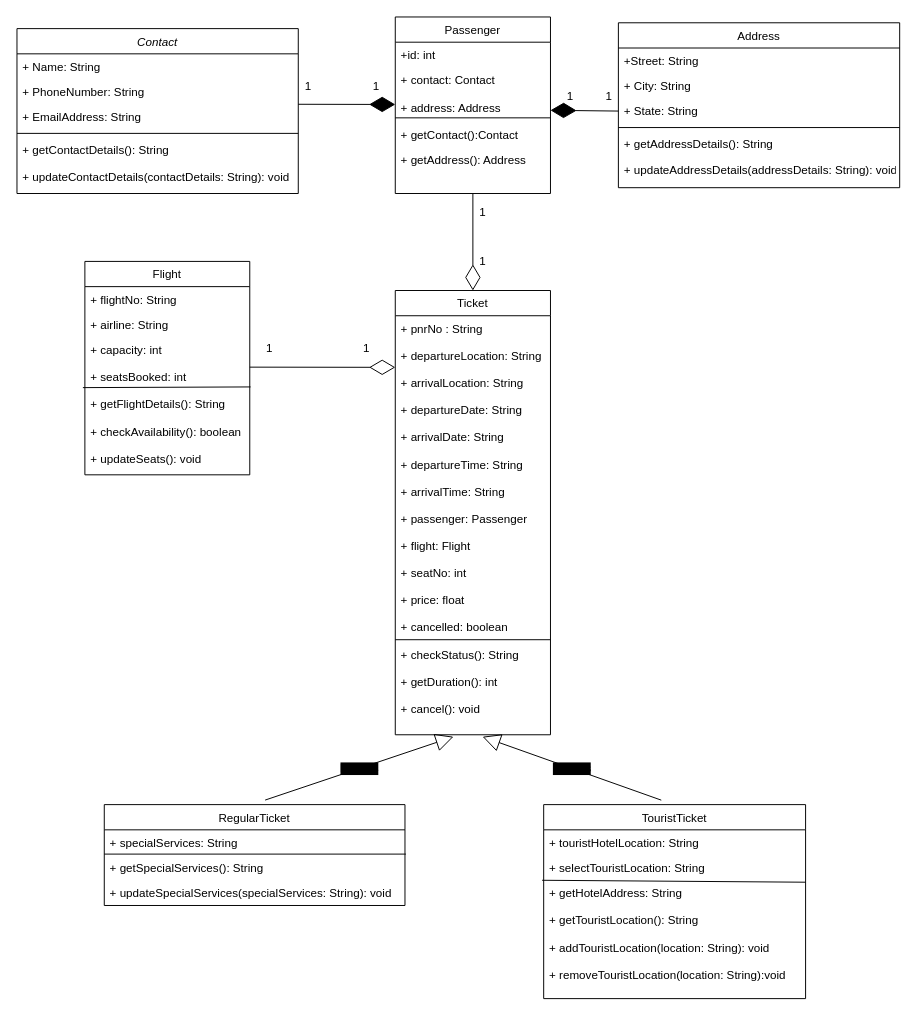
Above: Flight reservation system.drawio in anishahlawat97/FlightReservationSystem (draw.io), before the change. Source tidied: cells renumbered, new cells numbered last; positions are measured from the earlier drawing's top-left corner, leaving out a move shared by most shapes. Both pictures are drawn from the tidied source at 97%, with x=0, y=0 at pixel (16, 16).
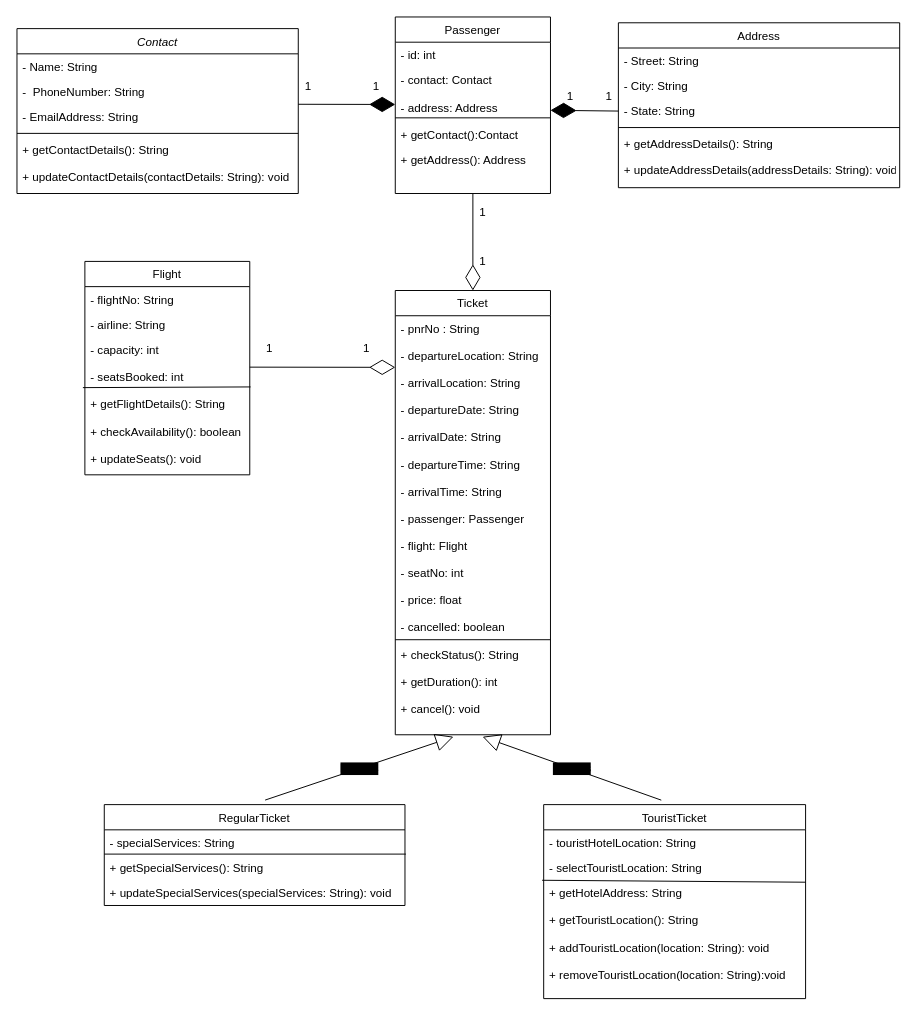
After the change.

The change refers to these unchanged cells:
```xml
<mxCell id="2" value="Contact" style="swimlane;fontStyle=2;align=center;verticalAlign=top;horizontal=1;startSize=26;rounded=0;shadow=0;strokeWidth=1;" parent="1" vertex="1">
  <mxGeometry y="12" width="290" height="170" as="geometry" />
</mxCell>
<mxCell id="8" value="Passenger" style="swimlane;fontStyle=0;align=center;verticalAlign=top;horizontal=1;startSize=26;rounded=0;shadow=0;strokeWidth=1;" parent="1" vertex="1">
  <mxGeometry x="390" width="160" height="182" as="geometry" />
</mxCell>
<mxCell id="14" value="Ticket" style="swimlane;fontStyle=0;align=center;verticalAlign=top;horizontal=1;startSize=26;rounded=0;shadow=0;strokeWidth=1;" parent="1" vertex="1">
  <mxGeometry x="390" y="282" width="160" height="458" as="geometry" />
</mxCell>
<mxCell id="16" value="Address" style="swimlane;fontStyle=0;align=center;verticalAlign=top;horizontal=1;startSize=26;rounded=0;shadow=0;strokeWidth=1;" parent="1" vertex="1">
  <mxGeometry x="620" y="6" width="290" height="170" as="geometry" />
</mxCell>
<mxCell id="24" value="TouristTicket" style="swimlane;fontStyle=0;horizontal=1;startSize=26;fillColor=none;" parent="1" vertex="1">
  <mxGeometry x="543" y="812" width="270" height="200" as="geometry" />
</mxCell>
<mxCell id="29" value="Flight" style="swimlane;fontStyle=0;horizontal=1;startSize=26;fillColor=none;" parent="1" vertex="1">
  <mxGeometry x="70" y="252" width="170" height="220" as="geometry" />
</mxCell>
<mxCell id="34" value="RegularTicket" style="swimlane;fontStyle=0;horizontal=1;startSize=26;fillColor=none;" parent="1" vertex="1">
  <mxGeometry x="90" y="812" width="310" height="104" as="geometry" />
</mxCell>
```

What changed in the source:
```diff
@@
-    <mxCell id="3" value="+ Name: String" style="text;align=left;verticalAlign=top;spacingLeft=4;spacingRight=4;overflow=hidden;" parent="2" vertex="1">
+    <mxCell id="3" value="- Name: String" style="text;align=left;verticalAlign=top;spacingLeft=4;spacingRight=4;overflow=hidden;" parent="2" vertex="1">
       <mxGeometry y="26" width="290" height="26" as="geometry" />
     </mxCell>
-    <mxCell id="4" value="+ PhoneNumber: String" style="text;align=left;verticalAlign=top;spacingLeft=4;spacingRight=4;overflow=hidden;rounded=0;shadow=0;html=0;" parent="2" vertex="1">
+    <mxCell id="4" value="-  PhoneNumber: String" style="text;align=left;verticalAlign=top;spacingLeft=4;spacingRight=4;overflow=hidden;rounded=0;shadow=0;html=0;" parent="2" vertex="1">
       <mxGeometry y="52" width="290" height="26" as="geometry" />
     </mxCell>
-    <mxCell id="5" value="+ EmailAddress: String" style="text;align=left;verticalAlign=top;spacingLeft=4;spacingRight=4;overflow=hidden;rounded=0;shadow=0;html=0;" parent="2" vertex="1">
+    <mxCell id="5" value="- EmailAddress: String" style="text;align=left;verticalAlign=top;spacingLeft=4;spacingRight=4;overflow=hidden;rounded=0;shadow=0;html=0;" parent="2" vertex="1">
       <mxGeometry y="78" width="290" height="26" as="geometry" />
     </mxCell>
@@
-    <mxCell id="9" value="+id: int" style="text;align=left;verticalAlign=top;spacingLeft=4;spacingRight=4;overflow=hidden;" parent="8" vertex="1">
+    <mxCell id="9" value="- id: int" style="text;align=left;verticalAlign=top;spacingLeft=4;spacingRight=4;overflow=hidden;" parent="8" vertex="1">
       <mxGeometry y="26" width="160" height="26" as="geometry" />
     </mxCell>
-    <mxCell id="10" value="+ contact: Contact&#10;&#10;+ address: Address" style="text;align=left;verticalAlign=top;spacingLeft=4;spacingRight=4;overflow=hidden;rounded=0;shadow=0;html=0;" parent="8" vertex="1">
+    <mxCell id="10" value="- contact: Contact&#10;&#10;- address: Address" style="text;align=left;verticalAlign=top;spacingLeft=4;spacingRight=4;overflow=hidden;rounded=0;shadow=0;html=0;" parent="8" vertex="1">
       <mxGeometry y="52" width="160" height="48" as="geometry" />
     </mxCell>
@@
-    <mxCell id="15" value="+ pnrNo : String&#10;&#10;+ departureLocation: String&#10;&#10;+ arrivalLocation: String&#10;&#10;+ departureDate: String&#10;&#10;+ arrivalDate: String&#10;&#10;+ departureTime: String&#10;&#10;+ arrivalTime: String&#10;&#10;+ passenger: Passenger&#10;&#10;+ flight: Flight&#10;&#10;+ seatNo: int&#10;&#10;+ price: float&#10;&#10;+ cancelled: boolean&#10;&#10;+ checkStatus(): String&#10;&#10;+ getDuration(): int&#10;&#10;+ cancel(): void&#10;&#10;" style="text;align=left;verticalAlign=top;spacingLeft=4;spacingRight=4;overflow=hidden;" parent="14" vertex="1">
+    <mxCell id="15" value="- pnrNo : String&#10;&#10;- departureLocation: String&#10;&#10;- arrivalLocation: String&#10;&#10;- departureDate: String&#10;&#10;- arrivalDate: String&#10;&#10;- departureTime: String&#10;&#10;- arrivalTime: String&#10;&#10;- passenger: Passenger&#10;&#10;- flight: Flight&#10;&#10;- seatNo: int&#10;&#10;- price: float&#10;&#10;- cancelled: boolean&#10;&#10;+ checkStatus(): String&#10;&#10;+ getDuration(): int&#10;&#10;+ cancel(): void&#10;&#10;" style="text;align=left;verticalAlign=top;spacingLeft=4;spacingRight=4;overflow=hidden;" parent="14" vertex="1">
       <mxGeometry y="26" width="160" height="424" as="geometry" />
     </mxCell>
@@
-    <mxCell id="17" value="+Street: String" style="text;align=left;verticalAlign=top;spacingLeft=4;spacingRight=4;overflow=hidden;" parent="16" vertex="1">
+    <mxCell id="17" value="- Street: String" style="text;align=left;verticalAlign=top;spacingLeft=4;spacingRight=4;overflow=hidden;" parent="16" vertex="1">
       <mxGeometry y="26" width="290" height="26" as="geometry" />
     </mxCell>
-    <mxCell id="18" value="+ City: String" style="text;align=left;verticalAlign=top;spacingLeft=4;spacingRight=4;overflow=hidden;rounded=0;shadow=0;html=0;" parent="16" vertex="1">
+    <mxCell id="18" value="- City: String" style="text;align=left;verticalAlign=top;spacingLeft=4;spacingRight=4;overflow=hidden;rounded=0;shadow=0;html=0;" parent="16" vertex="1">
       <mxGeometry y="52" width="290" height="26" as="geometry" />
     </mxCell>
@@
-    <mxCell id="20" value="+ State: String" style="text;align=left;verticalAlign=top;spacingLeft=4;spacingRight=4;overflow=hidden;points=[[0,0.5],[1,0.5]];portConstraint=eastwest;rounded=0;shadow=0;html=0;" parent="16" vertex="1">
+    <mxCell id="20" value="- State: String" style="text;align=left;verticalAlign=top;spacingLeft=4;spacingRight=4;overflow=hidden;points=[[0,0.5],[1,0.5]];portConstraint=eastwest;rounded=0;shadow=0;html=0;" parent="16" vertex="1">
       <mxGeometry y="78" width="290" height="26" as="geometry" />
     </mxCell>
@@
-    <mxCell id="25" value="+ touristHotelLocation: String" style="text;strokeColor=none;fillColor=none;align=left;verticalAlign=top;spacingLeft=4;spacingRight=4;overflow=hidden;" parent="24" vertex="1">
+    <mxCell id="25" value="- touristHotelLocation: String" style="text;strokeColor=none;fillColor=none;align=left;verticalAlign=top;spacingLeft=4;spacingRight=4;overflow=hidden;" parent="24" vertex="1">
       <mxGeometry y="26" width="270" height="26" as="geometry" />
     </mxCell>
-    <mxCell id="26" value="+ selectTouristLocation: String" style="text;strokeColor=none;fillColor=none;align=left;verticalAlign=top;spacingLeft=4;spacingRight=4;overflow=hidden;" parent="24" vertex="1">
+    <mxCell id="26" value="- selectTouristLocation: String" style="text;strokeColor=none;fillColor=none;align=left;verticalAlign=top;spacingLeft=4;spacingRight=4;overflow=hidden;" parent="24" vertex="1">
       <mxGeometry y="52" width="270" height="26" as="geometry" />
     </mxCell>
@@
-    <mxCell id="30" value="+ flightNo: String" style="text;strokeColor=none;fillColor=none;align=left;verticalAlign=top;spacingLeft=4;spacingRight=4;overflow=hidden;" parent="29" vertex="1">
+    <mxCell id="30" value="- flightNo: String" style="text;strokeColor=none;fillColor=none;align=left;verticalAlign=top;spacingLeft=4;spacingRight=4;overflow=hidden;" parent="29" vertex="1">
       <mxGeometry y="26" width="170" height="26" as="geometry" />
     </mxCell>
-    <mxCell id="31" value="+ airline: String" style="text;strokeColor=none;fillColor=none;align=left;verticalAlign=top;spacingLeft=4;spacingRight=4;overflow=hidden;" parent="29" vertex="1">
+    <mxCell id="31" value="- airline: String" style="text;strokeColor=none;fillColor=none;align=left;verticalAlign=top;spacingLeft=4;spacingRight=4;overflow=hidden;" parent="29" vertex="1">
       <mxGeometry y="52" width="170" height="26" as="geometry" />
     </mxCell>
-    <mxCell id="32" value="+ capacity: int&#10;&#10;+ seatsBooked: int&#10;&#10;+ getFlightDetails(): String&#10;&#10;+ checkAvailability(): boolean&#10;&#10;+ updateSeats(): void" style="text;strokeColor=none;fillColor=none;align=left;verticalAlign=top;spacingLeft=4;spacingRight=4;overflow=hidden;points=[[0,0.5],[1,0.5]];portConstraint=eastwest;" parent="29" vertex="1">
+    <mxCell id="32" value="- capacity: int&#10;&#10;- seatsBooked: int&#10;&#10;+ getFlightDetails(): String&#10;&#10;+ checkAvailability(): boolean&#10;&#10;+ updateSeats(): void" style="text;strokeColor=none;fillColor=none;align=left;verticalAlign=top;spacingLeft=4;spacingRight=4;overflow=hidden;points=[[0,0.5],[1,0.5]];portConstraint=eastwest;" parent="29" vertex="1">
       <mxGeometry y="78" width="170" height="142" as="geometry" />
     </mxCell>
@@
-    <mxCell id="35" value="+ specialServices: String" style="text;strokeColor=none;fillColor=none;align=left;verticalAlign=top;spacingLeft=4;spacingRight=4;overflow=hidden;points=[[0,0.5],[1,0.5]];portConstraint=eastwest;" parent="34" vertex="1">
+    <mxCell id="35" value="- specialServices: String" style="text;strokeColor=none;fillColor=none;align=left;verticalAlign=top;spacingLeft=4;spacingRight=4;overflow=hidden;points=[[0,0.5],[1,0.5]];portConstraint=eastwest;" parent="34" vertex="1">
       <mxGeometry y="26" width="310" height="26" as="geometry" />
     </mxCell>
```
